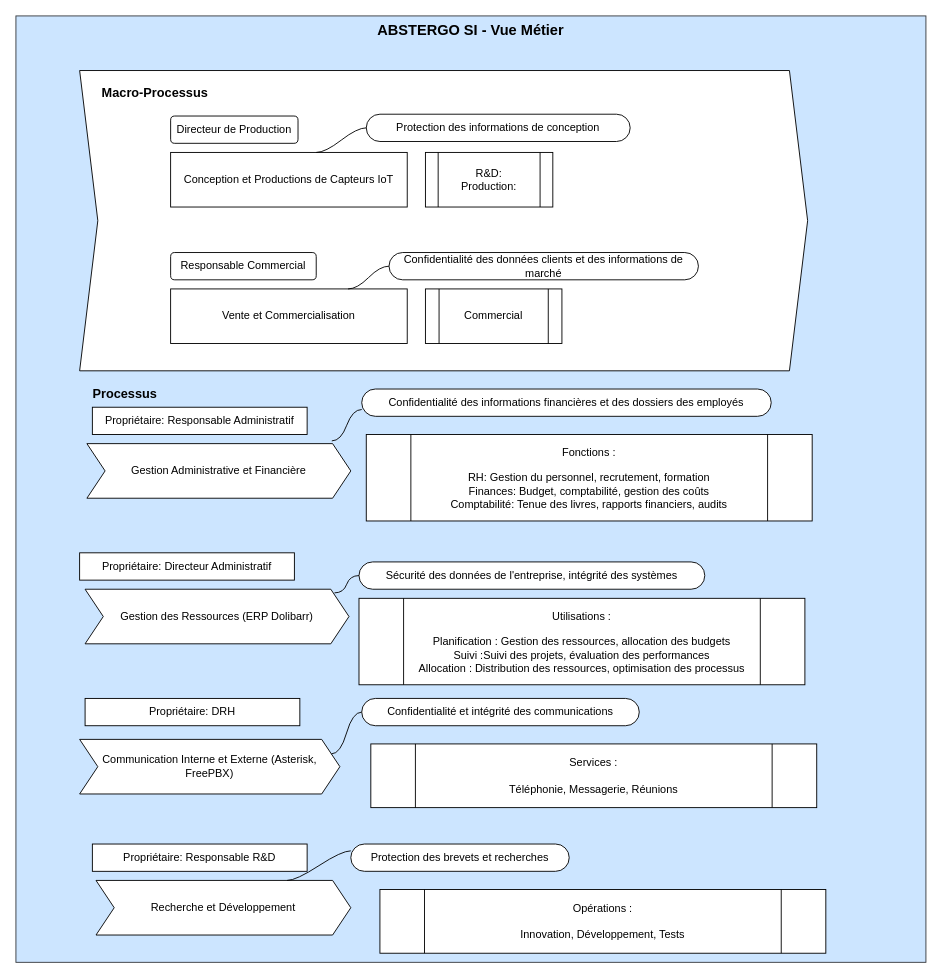
Earlier version of the draw.io diagram Vue_Metiers_SI.drawio (CharifMah/AbstergoAnimus). Source tidied: cells renumbered, new cells numbered last; positions are measured from the earlier drawing's top-left corner, leaving out a move shared by most shapes. Both pictures are drawn from the tidied source at 91%, with x=0, y=0 at pixel (15, 15).
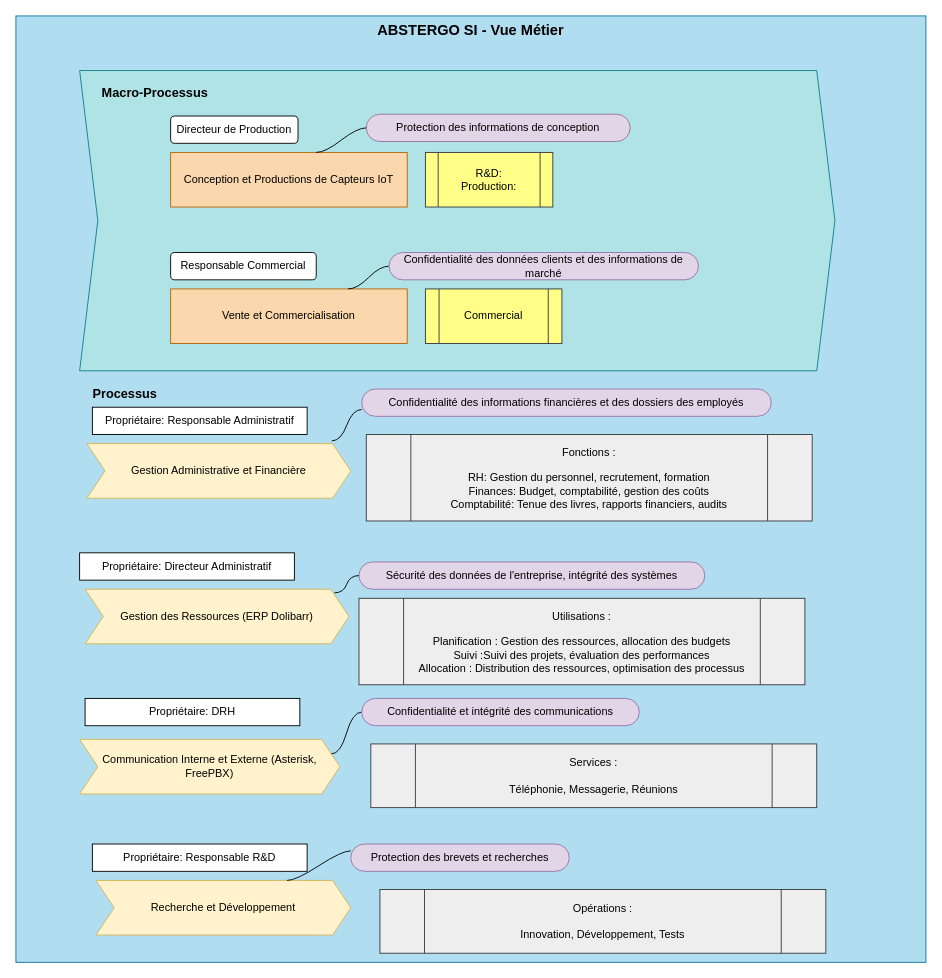
Above is the later version.

Commit message:
Mettre à jour Vue_Metiers_SI.drawio

What changed in the source:
```diff
@@
-    <mxCell id="2" value="&lt;font size=&quot;1&quot;&gt;&lt;b&gt;&lt;font style=&quot;font-size: 16px;&quot;&gt;ABSTERGO SI - Vue Métier &lt;/font&gt;&lt;/b&gt;&lt;/font&gt;" style="rounded=0;whiteSpace=wrap;html=1;verticalAlign=top;align=center;fillColor=#cce5ff;strokeColor=#36393d;" parent="1" vertex="1">
+    <mxCell id="2" value="&lt;font size=&quot;1&quot;&gt;&lt;b&gt;&lt;font style=&quot;font-size: 16px;&quot;&gt;ABSTERGO SI - Vue Métier &lt;/font&gt;&lt;/b&gt;&lt;/font&gt;" style="rounded=0;whiteSpace=wrap;html=1;verticalAlign=top;align=center;fillColor=#b1ddf0;strokeColor=#10739e;" parent="1" vertex="1">
       <mxGeometry width="1000" height="1040" as="geometry" />
     </mxCell>
-    <mxCell id="3" style="shape=step;perimeter=stepPerimeter;whiteSpace=wrap;html=1;fixedSize=1;" parent="1" vertex="1">
-      <mxGeometry x="70" y="60" width="800" height="330" as="geometry" />
+    <mxCell id="3" style="shape=step;perimeter=stepPerimeter;whiteSpace=wrap;html=1;fixedSize=1;fillColor=#b0e3e6;strokeColor=#0e8088;" parent="1" vertex="1">
+      <mxGeometry x="70" y="60" width="830" height="330" as="geometry" />
     </mxCell>
-    <mxCell id="4" value="Conception et Productions de Capteurs IoT" style="rounded=0;whiteSpace=wrap;html=1;" parent="1" vertex="1">
+    <mxCell id="4" value="Conception et Productions de Capteurs IoT" style="rounded=0;whiteSpace=wrap;html=1;fillColor=#fad7ac;strokeColor=#b46504;" parent="1" vertex="1">
       <mxGeometry x="170" y="150" width="260" height="60" as="geometry" />
     </mxCell>
-    <mxCell id="5" value="Vente et Commercialisation" style="rounded=0;whiteSpace=wrap;html=1;" parent="1" vertex="1">
+    <mxCell id="5" value="Vente et Commercialisation" style="rounded=0;whiteSpace=wrap;html=1;fillColor=#fad7ac;strokeColor=#b46504;" parent="1" vertex="1">
       <mxGeometry x="170" y="300" width="260" height="60" as="geometry" />
     </mxCell>
@@
-    <mxCell id="8" value="R&amp;amp;D:&lt;br&gt;Production:" style="shape=process;whiteSpace=wrap;html=1;backgroundOutline=1;" parent="1" vertex="1">
+    <mxCell id="8" value="R&amp;amp;D:&lt;br&gt;Production:" style="shape=process;whiteSpace=wrap;html=1;backgroundOutline=1;fillColor=#ffff88;strokeColor=#36393d;" parent="1" vertex="1">
       <mxGeometry x="450" y="150" width="140" height="60" as="geometry" />
     </mxCell>
-    <mxCell id="9" value="Commercial" style="shape=process;whiteSpace=wrap;html=1;backgroundOutline=1;" parent="1" vertex="1">
+    <mxCell id="9" value="Commercial" style="shape=process;whiteSpace=wrap;html=1;backgroundOutline=1;fillColor=#ffff88;strokeColor=#36393d;" parent="1" vertex="1">
       <mxGeometry x="450" y="300" width="150" height="60" as="geometry" />
     </mxCell>
-    <mxCell id="10" value="Protection des informations de conception" style="whiteSpace=wrap;html=1;rounded=1;arcSize=50;align=center;verticalAlign=middle;strokeWidth=1;spacing=4;newEdgeStyle={&quot;edgeStyle&quot;:&quot;entityRelationEdgeStyle&quot;,&quot;startArrow&quot;:&quot;none&quot;,&quot;endArrow&quot;:&quot;none&quot;,&quot;segment&quot;:10,&quot;curved&quot;:1,&quot;sourcePerimeterSpacing&quot;:0,&quot;targetPerimeterSpacing&quot;:0};" parent="1" vertex="1">
+    <mxCell id="10" value="Protection des informations de conception" style="whiteSpace=wrap;html=1;rounded=1;arcSize=50;align=center;verticalAlign=middle;strokeWidth=1;spacing=4;newEdgeStyle={&quot;edgeStyle&quot;:&quot;entityRelationEdgeStyle&quot;,&quot;startArrow&quot;:&quot;none&quot;,&quot;endArrow&quot;:&quot;none&quot;,&quot;segment&quot;:10,&quot;curved&quot;:1,&quot;sourcePerimeterSpacing&quot;:0,&quot;targetPerimeterSpacing&quot;:0};fillColor=#e1d5e7;strokeColor=#9673a6;" parent="1" vertex="1">
       <mxGeometry x="385" y="108" width="290" height="30" as="geometry" />
     </mxCell>
@@
-    <mxCell id="13" value="Confidentialité des données clients et des informations de marché" style="whiteSpace=wrap;html=1;rounded=1;arcSize=50;align=center;verticalAlign=middle;strokeWidth=1;spacing=4;newEdgeStyle={&quot;edgeStyle&quot;:&quot;entityRelationEdgeStyle&quot;,&quot;startArrow&quot;:&quot;none&quot;,&quot;endArrow&quot;:&quot;none&quot;,&quot;segment&quot;:10,&quot;curved&quot;:1,&quot;sourcePerimeterSpacing&quot;:0,&quot;targetPerimeterSpacing&quot;:0};" parent="1" vertex="1">
+    <mxCell id="13" value="Confidentialité des données clients et des informations de marché" style="whiteSpace=wrap;html=1;rounded=1;arcSize=50;align=center;verticalAlign=middle;strokeWidth=1;spacing=4;newEdgeStyle={&quot;edgeStyle&quot;:&quot;entityRelationEdgeStyle&quot;,&quot;startArrow&quot;:&quot;none&quot;,&quot;endArrow&quot;:&quot;none&quot;,&quot;segment&quot;:10,&quot;curved&quot;:1,&quot;sourcePerimeterSpacing&quot;:0,&quot;targetPerimeterSpacing&quot;:0};fillColor=#e1d5e7;strokeColor=#9673a6;" parent="1" vertex="1">
       <mxGeometry x="410" y="260" width="340" height="30" as="geometry" />
     </mxCell>
-    <mxCell id="14" value="Gestion Administrative et Financière" style="shape=step;perimeter=stepPerimeter;whiteSpace=wrap;html=1;fixedSize=1;" parent="1" vertex="1">
+    <mxCell id="14" value="Gestion Administrative et Financière" style="shape=step;perimeter=stepPerimeter;whiteSpace=wrap;html=1;fixedSize=1;fillColor=#fff2cc;strokeColor=#d6b656;" parent="1" vertex="1">
       <mxGeometry x="78" y="470" width="290" height="60" as="geometry" />
     </mxCell>
-    <mxCell id="15" value="Gestion des Ressources (ERP Dolibarr)" style="shape=step;perimeter=stepPerimeter;whiteSpace=wrap;html=1;fixedSize=1;" parent="1" vertex="1">
+    <mxCell id="15" value="Gestion des Ressources (ERP Dolibarr)" style="shape=step;perimeter=stepPerimeter;whiteSpace=wrap;html=1;fixedSize=1;fillColor=#fff2cc;strokeColor=#d6b656;" parent="1" vertex="1">
       <mxGeometry x="76" y="630" width="290" height="60" as="geometry" />
     </mxCell>
-    <mxCell id="16" value="Communication Interne et Externe (Asterisk, FreePBX)" style="shape=step;perimeter=stepPerimeter;whiteSpace=wrap;html=1;fixedSize=1;" parent="1" vertex="1">
+    <mxCell id="16" value="Communication Interne et Externe (Asterisk, FreePBX)" style="shape=step;perimeter=stepPerimeter;whiteSpace=wrap;html=1;fixedSize=1;fillColor=#fff2cc;strokeColor=#d6b656;" parent="1" vertex="1">
       <mxGeometry x="70" y="795" width="286" height="60" as="geometry" />
     </mxCell>
-    <mxCell id="17" value="Recherche et Développement" style="shape=step;perimeter=stepPerimeter;whiteSpace=wrap;html=1;fixedSize=1;" parent="1" vertex="1">
+    <mxCell id="17" value="Recherche et Développement" style="shape=step;perimeter=stepPerimeter;whiteSpace=wrap;html=1;fixedSize=1;fillColor=#fff2cc;strokeColor=#d6b656;" parent="1" vertex="1">
       <mxGeometry x="88" y="950" width="280" height="60" as="geometry" />
     </mxCell>
@@
-    <mxCell id="19" value="Protection des brevets et recherches" style="whiteSpace=wrap;html=1;rounded=1;arcSize=50;align=center;verticalAlign=middle;strokeWidth=1;spacing=4;newEdgeStyle={&quot;edgeStyle&quot;:&quot;entityRelationEdgeStyle&quot;,&quot;startArrow&quot;:&quot;none&quot;,&quot;endArrow&quot;:&quot;none&quot;,&quot;segment&quot;:10,&quot;curved&quot;:1,&quot;sourcePerimeterSpacing&quot;:0,&quot;targetPerimeterSpacing&quot;:0};" parent="1" vertex="1">
+    <mxCell id="19" value="Protection des brevets et recherches" style="whiteSpace=wrap;html=1;rounded=1;arcSize=50;align=center;verticalAlign=middle;strokeWidth=1;spacing=4;newEdgeStyle={&quot;edgeStyle&quot;:&quot;entityRelationEdgeStyle&quot;,&quot;startArrow&quot;:&quot;none&quot;,&quot;endArrow&quot;:&quot;none&quot;,&quot;segment&quot;:10,&quot;curved&quot;:1,&quot;sourcePerimeterSpacing&quot;:0,&quot;targetPerimeterSpacing&quot;:0};fillColor=#e1d5e7;strokeColor=#9673a6;" parent="1" vertex="1">
       <mxGeometry x="368" y="910" width="240" height="30" as="geometry" />
     </mxCell>
@@
-    <mxCell id="21" value="Confidentialité et intégrité des communications" style="whiteSpace=wrap;html=1;rounded=1;arcSize=50;align=center;verticalAlign=middle;strokeWidth=1;spacing=4;newEdgeStyle={&quot;edgeStyle&quot;:&quot;entityRelationEdgeStyle&quot;,&quot;startArrow&quot;:&quot;none&quot;,&quot;endArrow&quot;:&quot;none&quot;,&quot;segment&quot;:10,&quot;curved&quot;:1,&quot;sourcePerimeterSpacing&quot;:0,&quot;targetPerimeterSpacing&quot;:0};" parent="1" vertex="1">
+    <mxCell id="21" value="Confidentialité et intégrité des communications" style="whiteSpace=wrap;html=1;rounded=1;arcSize=50;align=center;verticalAlign=middle;strokeWidth=1;spacing=4;newEdgeStyle={&quot;edgeStyle&quot;:&quot;entityRelationEdgeStyle&quot;,&quot;startArrow&quot;:&quot;none&quot;,&quot;endArrow&quot;:&quot;none&quot;,&quot;segment&quot;:10,&quot;curved&quot;:1,&quot;sourcePerimeterSpacing&quot;:0,&quot;targetPerimeterSpacing&quot;:0};fillColor=#e1d5e7;strokeColor=#9673a6;" parent="1" vertex="1">
       <mxGeometry x="380" y="750" width="305" height="30" as="geometry" />
     </mxCell>
-    <mxCell id="22" value="Sécurité des données de l'entreprise, intégrité des systèmes" style="whiteSpace=wrap;html=1;rounded=1;arcSize=50;align=center;verticalAlign=middle;strokeWidth=1;spacing=4;newEdgeStyle={&quot;edgeStyle&quot;:&quot;entityRelationEdgeStyle&quot;,&quot;startArrow&quot;:&quot;none&quot;,&quot;endArrow&quot;:&quot;none&quot;,&quot;segment&quot;:10,&quot;curved&quot;:1,&quot;sourcePerimeterSpacing&quot;:0,&quot;targetPerimeterSpacing&quot;:0};" parent="1" vertex="1">
+    <mxCell id="22" value="Sécurité des données de l'entreprise, intégrité des systèmes" style="whiteSpace=wrap;html=1;rounded=1;arcSize=50;align=center;verticalAlign=middle;strokeWidth=1;spacing=4;newEdgeStyle={&quot;edgeStyle&quot;:&quot;entityRelationEdgeStyle&quot;,&quot;startArrow&quot;:&quot;none&quot;,&quot;endArrow&quot;:&quot;none&quot;,&quot;segment&quot;:10,&quot;curved&quot;:1,&quot;sourcePerimeterSpacing&quot;:0,&quot;targetPerimeterSpacing&quot;:0};fillColor=#e1d5e7;strokeColor=#9673a6;" parent="1" vertex="1">
       <mxGeometry x="377" y="600" width="380" height="30" as="geometry" />
     </mxCell>
-    <mxCell id="23" value="Confidentialité des informations financières et des dossiers des employés" style="whiteSpace=wrap;html=1;rounded=1;arcSize=50;align=center;verticalAlign=middle;strokeWidth=1;spacing=4;newEdgeStyle={&quot;edgeStyle&quot;:&quot;entityRelationEdgeStyle&quot;,&quot;startArrow&quot;:&quot;none&quot;,&quot;endArrow&quot;:&quot;none&quot;,&quot;segment&quot;:10,&quot;curved&quot;:1,&quot;sourcePerimeterSpacing&quot;:0,&quot;targetPerimeterSpacing&quot;:0};" parent="1" vertex="1">
+    <mxCell id="23" value="Confidentialité des informations financières et des dossiers des employés" style="whiteSpace=wrap;html=1;rounded=1;arcSize=50;align=center;verticalAlign=middle;strokeWidth=1;spacing=4;newEdgeStyle={&quot;edgeStyle&quot;:&quot;entityRelationEdgeStyle&quot;,&quot;startArrow&quot;:&quot;none&quot;,&quot;endArrow&quot;:&quot;none&quot;,&quot;segment&quot;:10,&quot;curved&quot;:1,&quot;sourcePerimeterSpacing&quot;:0,&quot;targetPerimeterSpacing&quot;:0};fillColor=#e1d5e7;strokeColor=#9673a6;" parent="1" vertex="1">
       <mxGeometry x="380" y="410" width="450" height="30" as="geometry" />
     </mxCell>
-    <mxCell id="24" value="Fonctions :&lt;br&gt;&lt;br&gt;RH: Gestion du personnel, recrutement, formation&lt;br&gt;Finances: Budget, comptabilité, gestion des coûts&lt;br&gt;Comptabilité: Tenue des livres, rapports financiers, audits" style="shape=process;whiteSpace=wrap;html=1;backgroundOutline=1;" parent="1" vertex="1">
+    <mxCell id="24" value="Fonctions :&lt;br&gt;&lt;br&gt;RH: Gestion du personnel, recrutement, formation&lt;br&gt;Finances: Budget, comptabilité, gestion des coûts&lt;br&gt;Comptabilité: Tenue des livres, rapports financiers, audits" style="shape=process;whiteSpace=wrap;html=1;backgroundOutline=1;fillColor=#eeeeee;strokeColor=#36393d;" parent="1" vertex="1">
       <mxGeometry x="385" y="460" width="490" height="95" as="geometry" />
     </mxCell>
@@
-    <mxCell id="27" value="Utilisations :&lt;br&gt;&lt;br&gt;Planification : Gestion des ressources, allocation des budgets&lt;br&gt;Suivi :Suivi des projets, évaluation des performances&lt;br&gt;Allocation : Distribution des ressources, optimisation des processus" style="shape=process;whiteSpace=wrap;html=1;backgroundOutline=1;" parent="1" vertex="1">
+    <mxCell id="27" value="Utilisations :&lt;br&gt;&lt;br&gt;Planification : Gestion des ressources, allocation des budgets&lt;br&gt;Suivi :Suivi des projets, évaluation des performances&lt;br&gt;Allocation : Distribution des ressources, optimisation des processus" style="shape=process;whiteSpace=wrap;html=1;backgroundOutline=1;fillColor=#eeeeee;strokeColor=#36393d;" parent="1" vertex="1">
       <mxGeometry x="377" y="640" width="490" height="95" as="geometry" />
     </mxCell>
@@
-    <mxCell id="30" value="Services :&lt;br&gt;&lt;br&gt;Téléphonie, Messagerie, Réunions" style="shape=process;whiteSpace=wrap;html=1;backgroundOutline=1;" parent="1" vertex="1">
+    <mxCell id="30" value="Services :&lt;br&gt;&lt;br&gt;Téléphonie, Messagerie, Réunions" style="shape=process;whiteSpace=wrap;html=1;backgroundOutline=1;fillColor=#eeeeee;strokeColor=#36393d;" parent="1" vertex="1">
       <mxGeometry x="390" y="800" width="490" height="70" as="geometry" />
     </mxCell>
-    <mxCell id="31" value="Opérations :&lt;br&gt;&lt;br&gt;Innovation, Développement, Tests" style="shape=process;whiteSpace=wrap;html=1;backgroundOutline=1;" parent="1" vertex="1">
+    <mxCell id="31" value="Opérations :&lt;br&gt;&lt;br&gt;Innovation, Développement, Tests" style="shape=process;whiteSpace=wrap;html=1;backgroundOutline=1;fillColor=#eeeeee;strokeColor=#36393d;" parent="1" vertex="1">
       <mxGeometry x="400" y="960" width="490" height="70" as="geometry" />
     </mxCell>
```
